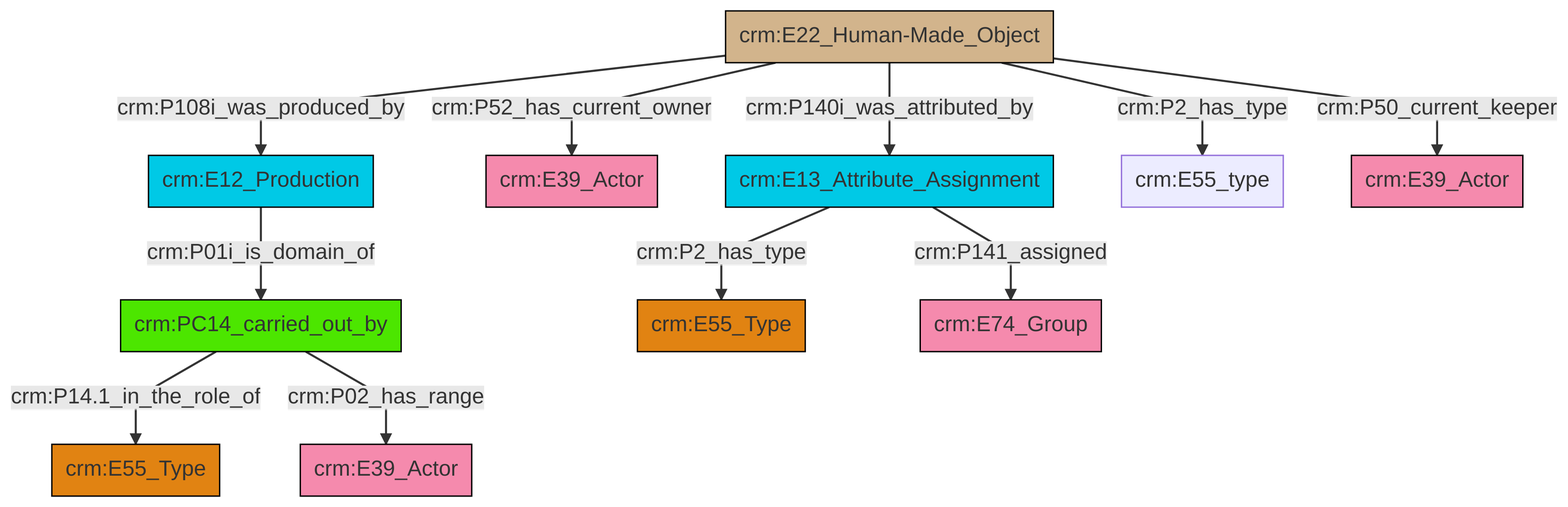
swiss-art-research-net/reference-data-models keeps this Mermaid diagram as et/artworkCSV/ttl/mmd/png/Artwork_Actor_Relations.png. Above is the earlier version. Its source is kept beside it as et/artworkCSV/ttl/mmd/Artwork_Actor_Relations.ttl.mmd. The source it was exported from:
```mermaid
graph TD
classDef Literal fill:#f2f2f2,stroke:#000000;
classDef CRM_Entity fill:#FFFFFF,stroke:#000000;
classDef Temporal_Entity fill:#00C9E6, stroke:#000000;
classDef Type fill:#E18312, stroke:#000000;
classDef Time-Span fill:#2C9C91, stroke:#000000;
classDef Appellation fill:#FFEB7F, stroke:#000000;
classDef Place fill:#008836, stroke:#000000;
classDef Persistent_Item fill:#B266B2, stroke:#000000;
classDef Conceptual_Object fill:#FFD700, stroke:#000000;
classDef Physical_Thing fill:#D2B48C, stroke:#000000;
classDef Actor fill:#f58aad, stroke:#000000;
classDef PC_Classes fill:#4ce600, stroke:#000000;
classDef Multi fill:#cccccc,stroke:#000000;

0["crm:PC14_carried_out_by"]:::PC_Classes -->|crm:P14.1_in_the_role_of| 1["crm:E55_Type"]:::Type
6["crm:E12_Production"]:::Temporal_Entity -->|crm:P01i_is_domain_of| 0["crm:PC14_carried_out_by"]:::PC_Classes
7["crm:E22_Human-Made_Object"]:::Physical_Thing -->|crm:P52_has_current_owner| 8["crm:E39_Actor"]:::Actor
7["crm:E22_Human-Made_Object"]:::Physical_Thing -->|crm:P140i_was_attributed_by| 13["crm:E13_Attribute_Assignment"]:::Temporal_Entity
7["crm:E22_Human-Made_Object"]:::Physical_Thing -->|crm:P2_has_type| 17["crm:E55_type"]:::Default
13["crm:E13_Attribute_Assignment"]:::Temporal_Entity -->|crm:P2_has_type| 2["crm:E55_Type"]:::Type
0["crm:PC14_carried_out_by"]:::PC_Classes -->|crm:P02_has_range| 4["crm:E39_Actor"]:::Actor
13["crm:E13_Attribute_Assignment"]:::Temporal_Entity -->|crm:P141_assigned| 10["crm:E74_Group"]:::Actor
7["crm:E22_Human-Made_Object"]:::Physical_Thing -->|crm:P50_current_keeper| 20["crm:E39_Actor"]:::Actor
7["crm:E22_Human-Made_Object"]:::Physical_Thing -->|crm:P108i_was_produced_by| 6["crm:E12_Production"]:::Temporal_Entity
```
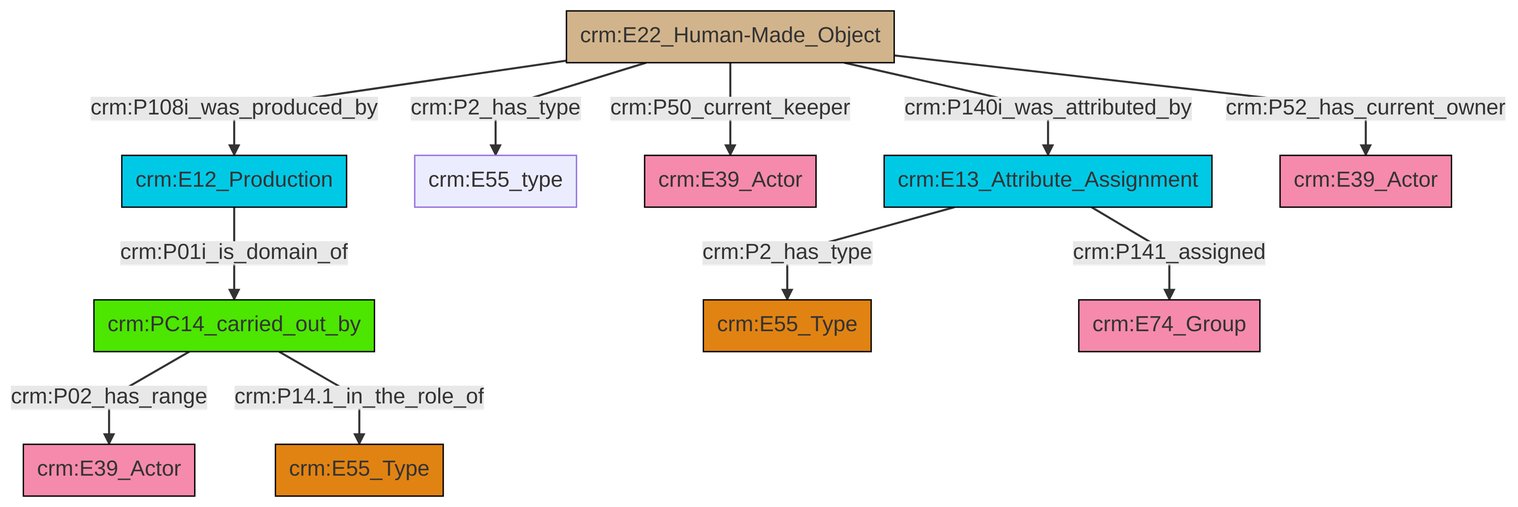
After the commit.

Diff of the diagram source:
```diff
@@ -13,13 +13,13 @@
 classDef PC_Classes fill:#4ce600, stroke:#000000;
 classDef Multi fill:#cccccc,stroke:#000000;
 
-0["crm:PC14_carried_out_by"]:::PC_Classes -->|crm:P14.1_in_the_role_of| 1["crm:E55_Type"]:::Type
-6["crm:E12_Production"]:::Temporal_Entity -->|crm:P01i_is_domain_of| 0["crm:PC14_carried_out_by"]:::PC_Classes
-7["crm:E22_Human-Made_Object"]:::Physical_Thing -->|crm:P52_has_current_owner| 8["crm:E39_Actor"]:::Actor
-7["crm:E22_Human-Made_Object"]:::Physical_Thing -->|crm:P140i_was_attributed_by| 13["crm:E13_Attribute_Assignment"]:::Temporal_Entity
-7["crm:E22_Human-Made_Object"]:::Physical_Thing -->|crm:P2_has_type| 17["crm:E55_type"]:::Default
-13["crm:E13_Attribute_Assignment"]:::Temporal_Entity -->|crm:P2_has_type| 2["crm:E55_Type"]:::Type
-0["crm:PC14_carried_out_by"]:::PC_Classes -->|crm:P02_has_range| 4["crm:E39_Actor"]:::Actor
-13["crm:E13_Attribute_Assignment"]:::Temporal_Entity -->|crm:P141_assigned| 10["crm:E74_Group"]:::Actor
-7["crm:E22_Human-Made_Object"]:::Physical_Thing -->|crm:P50_current_keeper| 20["crm:E39_Actor"]:::Actor
-7["crm:E22_Human-Made_Object"]:::Physical_Thing -->|crm:P108i_was_produced_by| 6["crm:E12_Production"]:::Temporal_Entity
+2["crm:E22_Human-Made_Object"]:::Physical_Thing -->|crm:P108i_was_produced_by| 3["crm:E12_Production"]:::Temporal_Entity
+4["crm:PC14_carried_out_by"]:::PC_Classes -->|crm:P02_has_range| 5["crm:E39_Actor"]:::Actor
+6["crm:E13_Attribute_Assignment"]:::Temporal_Entity -->|crm:P2_has_type| 0["crm:E55_Type"]:::Type
+6["crm:E13_Attribute_Assignment"]:::Temporal_Entity -->|crm:P141_assigned| 7["crm:E74_Group"]:::Actor
+4["crm:PC14_carried_out_by"]:::PC_Classes -->|crm:P14.1_in_the_role_of| 19["crm:E55_Type"]:::Type
+2["crm:E22_Human-Made_Object"]:::Physical_Thing -->|crm:P2_has_type| 17["crm:E55_type"]:::Default
+3["crm:E12_Production"]:::Temporal_Entity -->|crm:P01i_is_domain_of| 4["crm:PC14_carried_out_by"]:::PC_Classes
+2["crm:E22_Human-Made_Object"]:::Physical_Thing -->|crm:P50_current_keeper| 13["crm:E39_Actor"]:::Actor
+2["crm:E22_Human-Made_Object"]:::Physical_Thing -->|crm:P140i_was_attributed_by| 6["crm:E13_Attribute_Assignment"]:::Temporal_Entity
+2["crm:E22_Human-Made_Object"]:::Physical_Thing -->|crm:P52_has_current_owner| 11["crm:E39_Actor"]:::Actor
```
